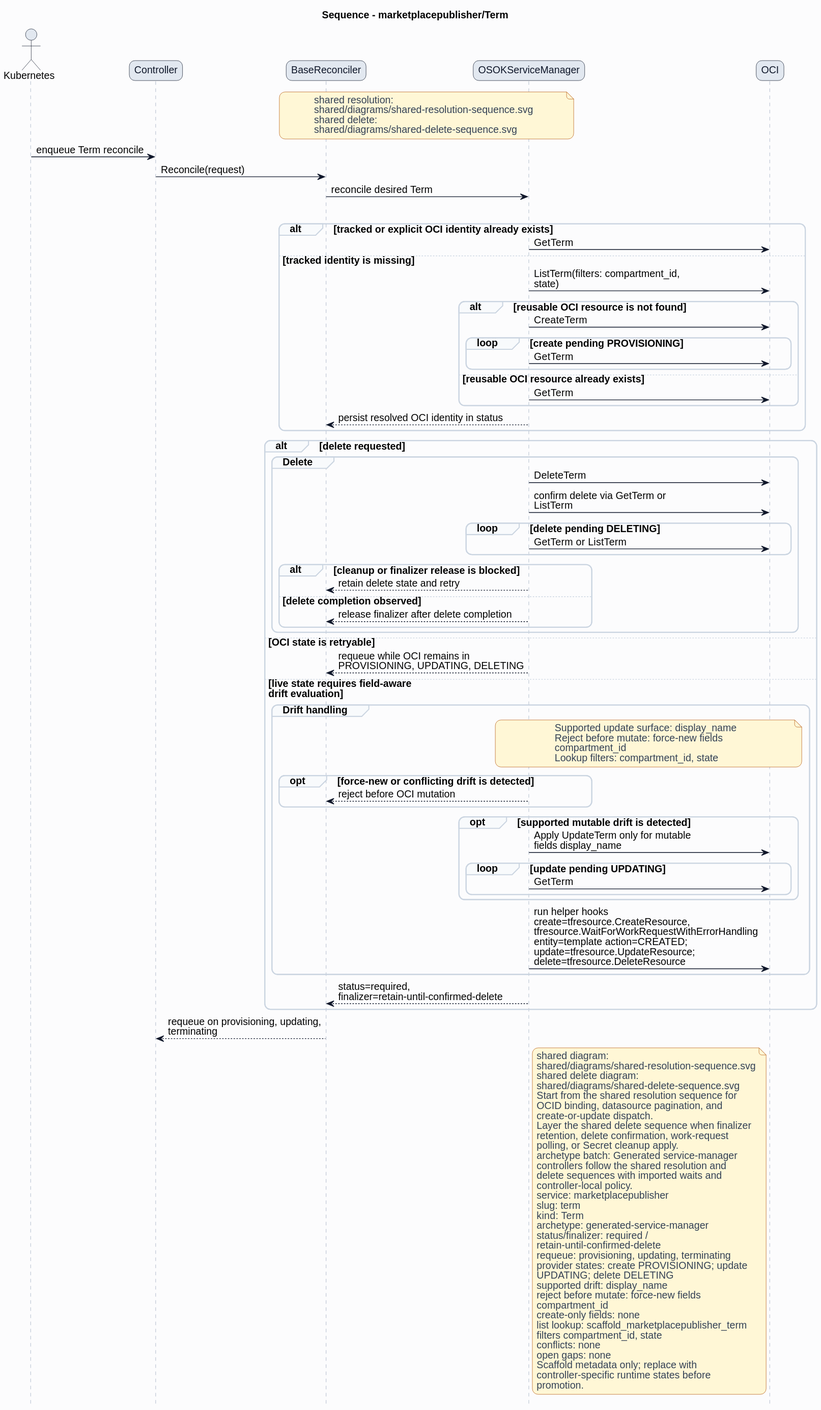
HaoyL666/oci-service-operator keeps this PlantUML diagram as formal/controllers/marketplacepublisher/term/diagrams/sequence.svg. Above is the earlier version.
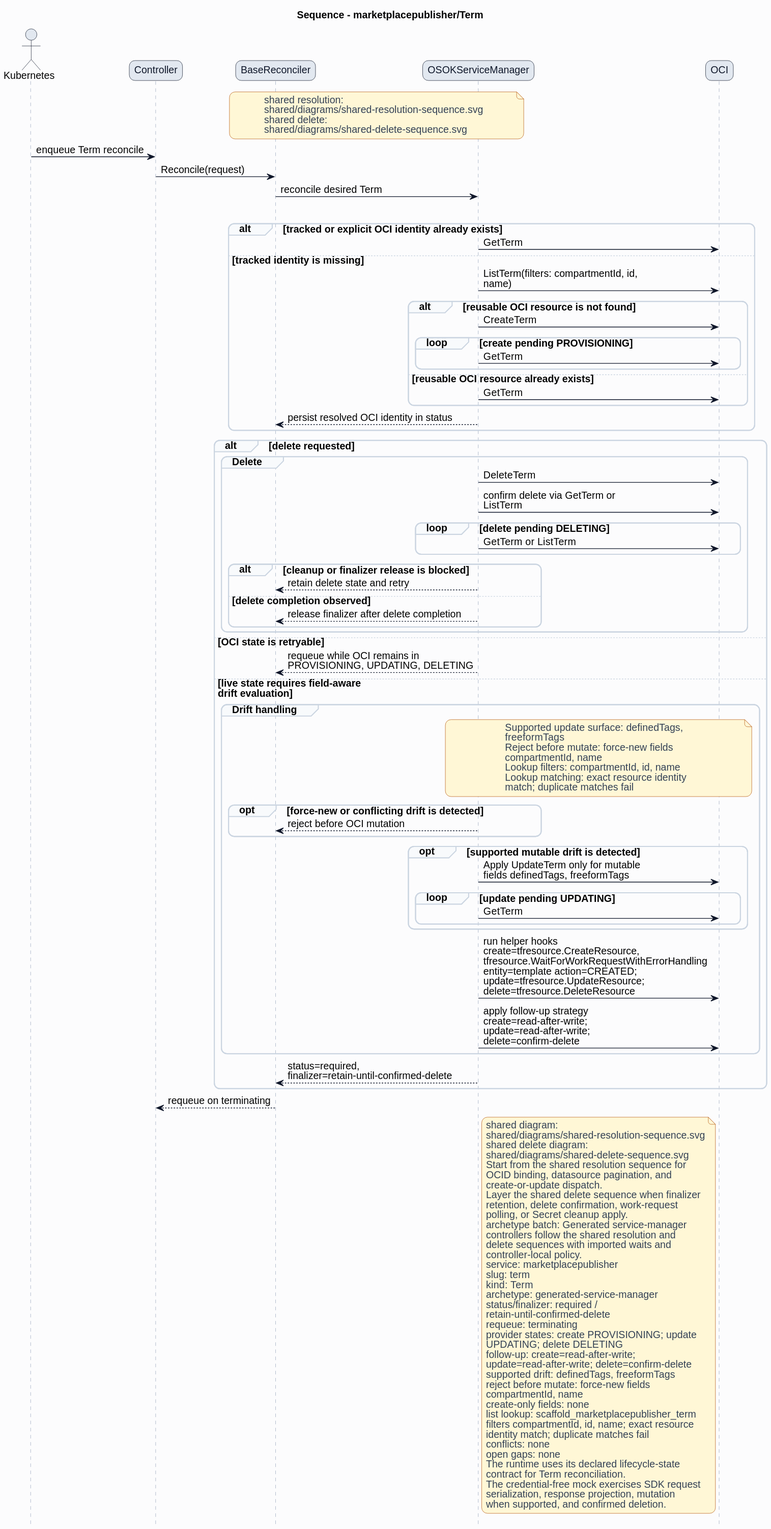
After the change.

What changed in the source:
```diff
@@ -38,7 +38,7 @@
 alt tracked or explicit OCI identity already exists
 ServiceManager -> OCI: GetTerm
 else tracked identity is missing
-ServiceManager -> OCI: ListTerm(filters: compartment_id,\nstate)
+ServiceManager -> OCI: ListTerm(filters: compartmentId, id,\nname)
 alt reusable OCI resource is not found
 ServiceManager -> OCI: CreateTerm
 loop create pending PROVISIONING
@@ -67,25 +67,29 @@
 else live state requires field-aware\ndrift evaluation
 group Drift handling
 note over ServiceManager,OCI
-Supported update surface: display_name
+Supported update surface: definedTags,
+freeformTags
 Reject before mutate: force-new fields
-compartment_id
-Lookup filters: compartment_id, state
+compartmentId, name
+Lookup filters: compartmentId, id, name
+Lookup matching: exact resource identity
+match; duplicate matches fail
 end note
 opt force-new or conflicting drift is detected
 ServiceManager --> BaseReconciler: reject before OCI mutation
 end
 opt supported mutable drift is detected
-ServiceManager -> OCI: Apply UpdateTerm only for mutable\nfields display_name
+ServiceManager -> OCI: Apply UpdateTerm only for mutable\nfields definedTags, freeformTags
 loop update pending UPDATING
 ServiceManager -> OCI: GetTerm
 end
 end
 ServiceManager -> OCI: run helper hooks\ncreate=tfresource.CreateResource,\ntfresource.WaitForWorkRequestWithErrorHandling\nentity=template action=CREATED;\nupdate=tfresource.UpdateResource;\ndelete=tfresource.DeleteResource
+ServiceManager -> OCI: apply follow-up strategy\ncreate=read-after-write;\nupdate=read-after-write;\ndelete=confirm-delete
 end
 ServiceManager --> BaseReconciler: status=required,\nfinalizer=retain-until-confirmed-delete
 end
-BaseReconciler --> Controller: requeue on provisioning, updating,\nterminating
+BaseReconciler --> Controller: requeue on terminating
 note right of ServiceManager
 shared diagram:
 shared/diagrams/shared-resolution-sequence.svg
@@ -107,19 +111,24 @@
 archetype: generated-service-manager
 status/finalizer: required /
 retain-until-confirmed-delete
-requeue: provisioning, updating, terminating
+requeue: terminating
 provider states: create PROVISIONING; update
 UPDATING; delete DELETING
-supported drift: display_name
+follow-up: create=read-after-write;
+update=read-after-write; delete=confirm-delete
+supported drift: definedTags, freeformTags
 reject before mutate: force-new fields
-compartment_id
+compartmentId, name
 create-only fields: none
 list lookup: scaffold_marketplacepublisher_term
-filters compartment_id, state
+filters compartmentId, id, name; exact resource
+identity match; duplicate matches fail
 conflicts: none
 open gaps: none
-Scaffold metadata only; replace with
-controller-specific runtime states before
-promotion.
+The runtime uses its declared lifecycle-state
+contract for Term reconciliation.
+The credential-free mock exercises SDK request
+serialization, response projection, mutation
+when supported, and confirmed deletion.
 end note
 @enduml
```
